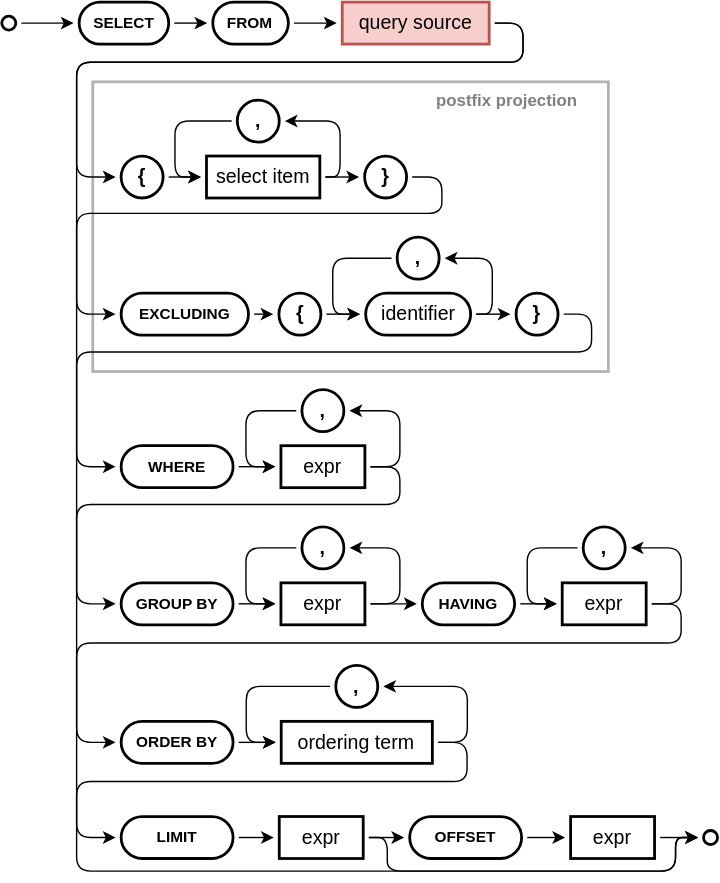
capire/docs keeps this draw.io diagram as cds/assets/cql/select.drawio.svg. Above is the earlier version. Source tidied: cells renumbered, new cells last; positions are measured from the earlier drawing's top-left corner, leaving out a move shared by most shapes.
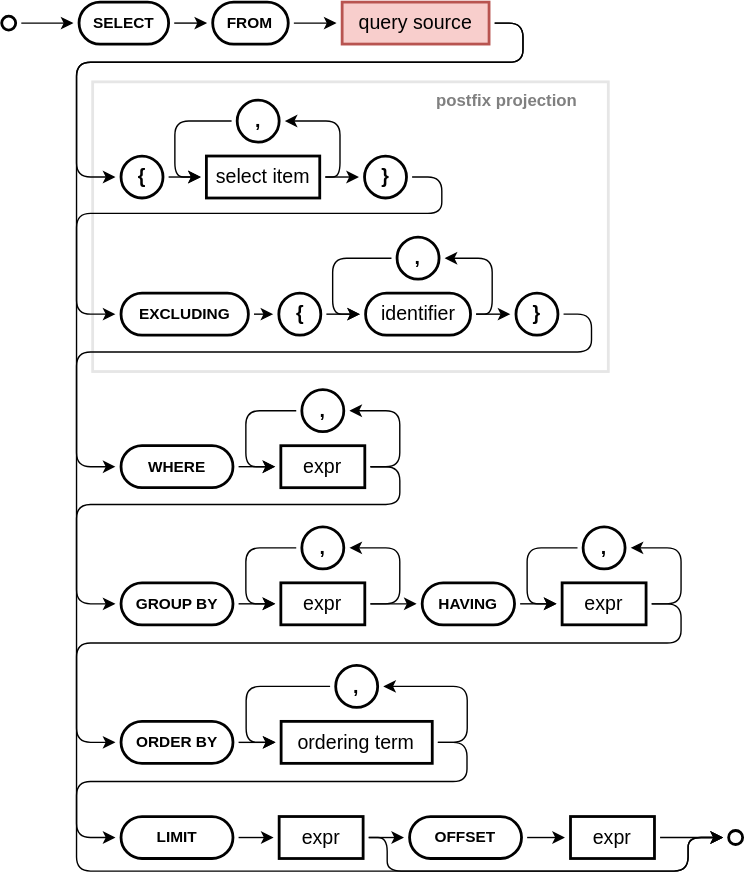
After the change.

Diff of the diagram source:
```diff
@@ -2,7 +2,7 @@
   <root>
     <mxCell id="0" />
     <mxCell id="1" parent="0" />
-    <mxCell id="2" value="postfix projection" style="rounded=0;fillColor=none;strokeWidth=2;strokeColor=#B3B3B3;verticalAlign=top;align=right;spacingLeft=40;fontColor=#808080;fontStyle=1;spacingRight=20;" parent="1" vertex="1">
+    <mxCell id="2" value="postfix projection" style="rounded=0;fillColor=none;strokeWidth=2;strokeColor=#E6E6E6;verticalAlign=top;align=right;spacingLeft=40;fontColor=#808080;fontStyle=1;spacingRight=20;" parent="1" vertex="1">
       <mxGeometry x="64.5" y="57" width="368.5" height="207" as="geometry" />
     </mxCell>
     <mxCell id="3" value="SELECT" style="rounded=1;whiteSpace=wrap;html=1;strokeWidth=2;arcSize=50;fontSize=11;perimeterSpacing=4;fontStyle=1;" parent="1" vertex="1">
@@ -287,7 +287,7 @@
       <mxGeometry relative="1" as="geometry" />
     </mxCell>
     <mxCell id="69" style="ellipse;whiteSpace=wrap;html=1;rounded=1;strokeColor=default;strokeWidth=2;align=center;verticalAlign=middle;fontFamily=Helvetica;fontSize=11;fontColor=default;labelBackgroundColor=default;fillColor=default;perimeterSpacing=4;" parent="1" vertex="1">
-      <mxGeometry x="501" y="592" width="10" height="10" as="geometry" />
+      <mxGeometry x="519" y="592" width="10" height="10" as="geometry" />
     </mxCell>
     <mxCell id="70" style="endArrow=classic;html=1;rounded=1;strokeColor=default;align=center;verticalAlign=middle;fontFamily=Helvetica;fontSize=14;fontColor=default;labelBackgroundColor=default;jumpStyle=gap;jumpSize=6;exitX=1;exitY=0.5;exitDx=0;exitDy=0;entryX=0;entryY=0.5;entryDx=0;entryDy=0;" parent="1" edge="1" source="65" target="69">
       <mxGeometry relative="1" as="geometry" />
@@ -309,8 +309,8 @@
           <mxPoint x="372" y="43" />
           <mxPoint x="53" y="43" />
           <mxPoint x="53" y="621" />
-          <mxPoint x="481" y="621" />
-          <mxPoint x="481" y="597" />
+          <mxPoint x="490" y="621" />
+          <mxPoint x="490" y="597" />
         </Array>
       </mxGeometry>
     </mxCell>
@@ -319,8 +319,8 @@
         <Array as="points">
           <mxPoint x="275" y="597" />
           <mxPoint x="275" y="621" />
-          <mxPoint x="481" y="621" />
-          <mxPoint x="481" y="597" />
+          <mxPoint x="490" y="621" />
+          <mxPoint x="490" y="597" />
         </Array>
       </mxGeometry>
     </mxCell>
```
